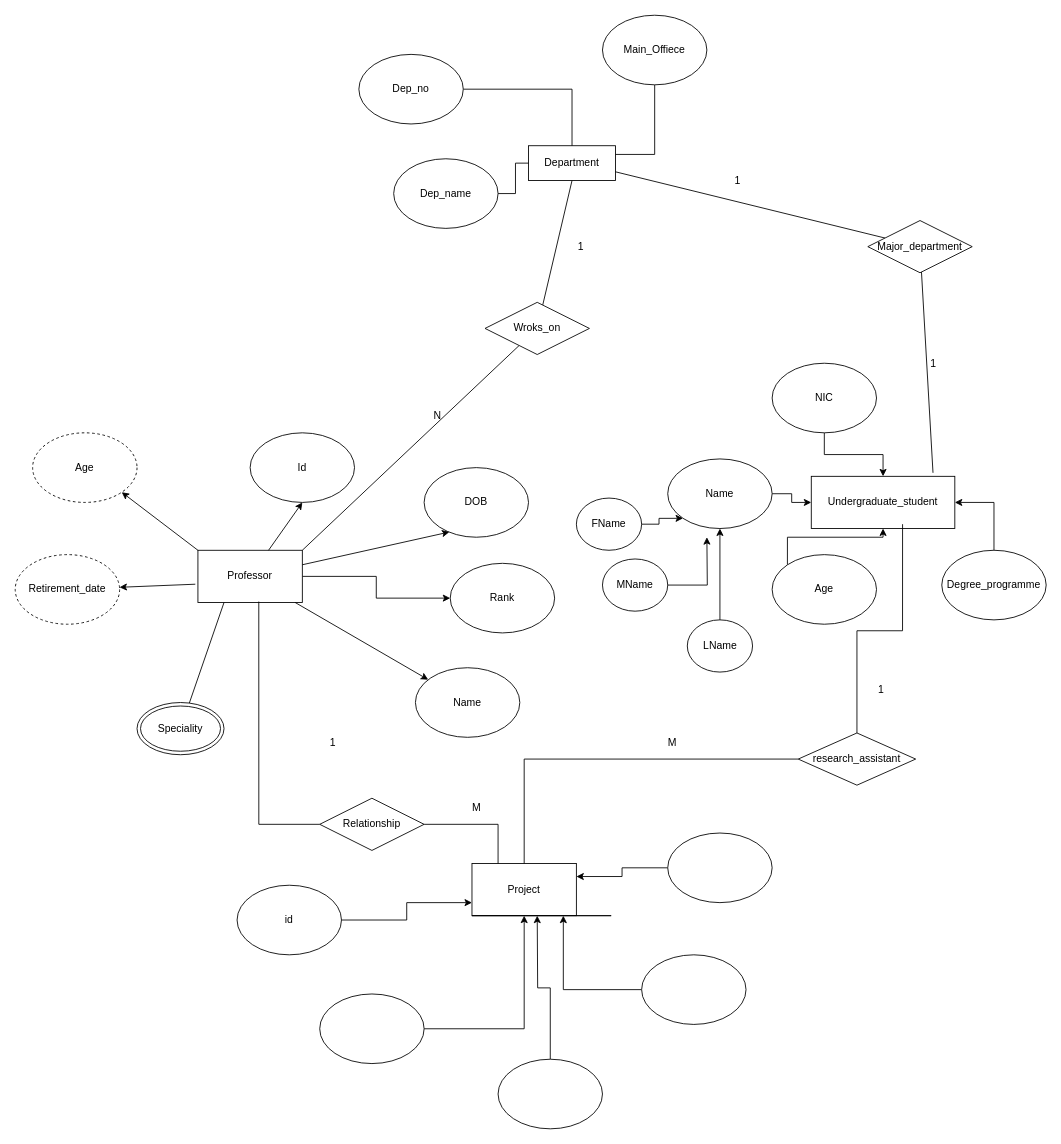
This is page "University" (1 of 2) of Untitled Diagram.drawio from zorojurio/codespace, a draw.io file, before an edit. Source tidied: cells renumbered, new cells numbered last; positions are measured from the earlier drawing's top-left corner, leaving out a move shared by most shapes. Both pictures are drawn from the tidied source at 87%, with x=0, y=0 at pixel (15, 15).
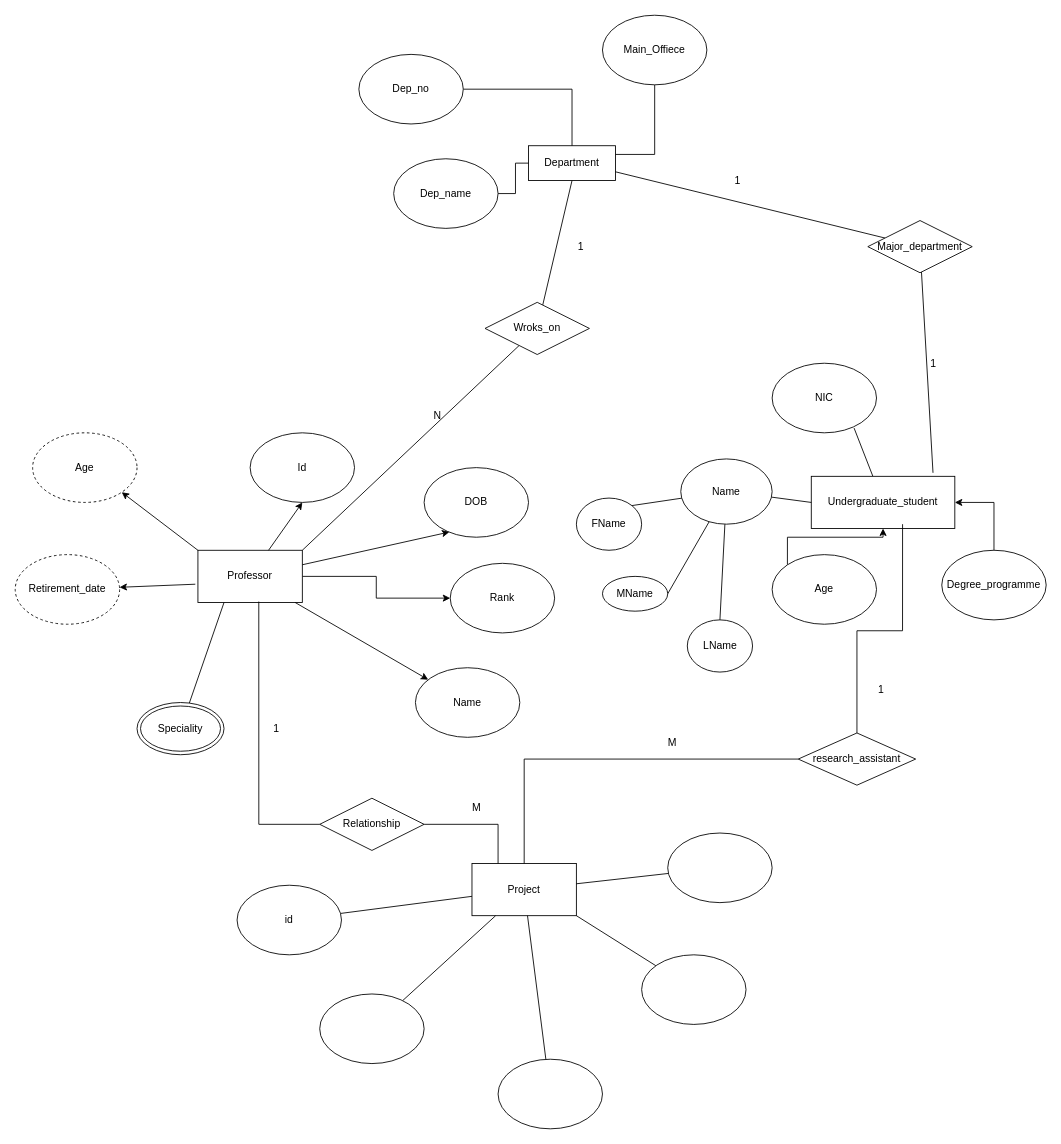
Above is the later version.

The change refers to these unchanged cells:
```xml
<mxCell id="18" value="Undergraduate_student" style="rounded=0;whiteSpace=wrap;html=1;" parent="1" vertex="1">
  <mxGeometry x="915" y="530" width="165" height="60" as="geometry" />
</mxCell>
<mxCell id="20" value="NIC" style="ellipse;whiteSpace=wrap;html=1;" parent="1" vertex="1">
  <mxGeometry x="870" y="400" width="120" height="80" as="geometry" />
</mxCell>
<mxCell id="28" value="FName" style="ellipse;whiteSpace=wrap;html=1;" parent="1" vertex="1">
  <mxGeometry x="645" y="555" width="75" height="60" as="geometry" />
</mxCell>
<mxCell id="32" value="LName" style="ellipse;whiteSpace=wrap;html=1;" parent="1" vertex="1">
  <mxGeometry x="772.5" y="695" width="75" height="60" as="geometry" />
</mxCell>
<mxCell id="33" value="Project" style="rounded=0;whiteSpace=wrap;html=1;" parent="1" vertex="1">
  <mxGeometry x="525" y="975" width="120" height="60" as="geometry" />
</mxCell>
<mxCell id="35" value="id" style="ellipse;whiteSpace=wrap;html=1;" parent="1" vertex="1">
  <mxGeometry x="255" y="1000" width="120" height="80" as="geometry" />
</mxCell>
<mxCell id="37" style="ellipse;whiteSpace=wrap;html=1;" parent="1" vertex="1">
  <mxGeometry x="750" y="940" width="120" height="80" as="geometry" />
</mxCell>
<mxCell id="39" style="ellipse;whiteSpace=wrap;html=1;" parent="1" vertex="1">
  <mxGeometry x="350" y="1125" width="120" height="80" as="geometry" />
</mxCell>
<mxCell id="41" style="ellipse;whiteSpace=wrap;html=1;" parent="1" vertex="1">
  <mxGeometry x="555" y="1200" width="120" height="80" as="geometry" />
</mxCell>
<mxCell id="43" style="ellipse;whiteSpace=wrap;html=1;" parent="1" vertex="1">
  <mxGeometry x="720" y="1080" width="120" height="80" as="geometry" />
</mxCell>
```

Diff of the diagram source:
```diff
@@
+    <mxCell id="72" style="edgeStyle=none;rounded=0;jettySize=auto;html=1;entryX=0.785;entryY=0.932;entryDx=0;entryDy=0;entryPerimeter=0;endArrow=none;endFill=0;" parent="1" edge="1" source="18" target="20">
+      <mxGeometry relative="1" as="geometry" />
+    </mxCell>
@@
-    <mxCell id="19" style="edgeStyle=orthogonalEdgeStyle;rounded=0;jettySize=auto;html=1;exitX=0.5;exitY=1;exitDx=0;exitDy=0;" parent="1" edge="1" source="20" target="18">
-      <mxGeometry relative="1" as="geometry" />
-    </mxCell>
@@
+    <mxCell id="73" style="edgeStyle=none;rounded=0;jettySize=auto;html=1;entryX=1;entryY=0.5;entryDx=0;entryDy=0;endArrow=none;endFill=0;" parent="1" edge="1" source="26" target="30">
+      <mxGeometry relative="1" as="geometry" />
+    </mxCell>
+    <mxCell id="74" style="edgeStyle=none;rounded=0;jettySize=auto;html=1;entryX=0.5;entryY=0;entryDx=0;entryDy=0;endArrow=none;endFill=0;" parent="1" edge="1" source="26" target="32">
+      <mxGeometry relative="1" as="geometry" />
+    </mxCell>
+    <mxCell id="75" style="edgeStyle=none;rounded=0;jettySize=auto;html=1;entryX=1;entryY=0;entryDx=0;entryDy=0;endArrow=none;endFill=0;" parent="1" edge="1" source="26" target="28">
+      <mxGeometry relative="1" as="geometry" />
+    </mxCell>
-    <mxCell id="25" style="edgeStyle=orthogonalEdgeStyle;rounded=0;jettySize=auto;html=1;exitX=1;exitY=0.5;exitDx=0;exitDy=0;entryX=0;entryY=0.5;entryDx=0;entryDy=0;" parent="1" edge="1" source="26" target="18">
+    <mxCell id="25" style="edgeStyle=none;rounded=0;jettySize=auto;html=1;entryX=0;entryY=0.5;entryDx=0;entryDy=0;endArrow=none;endFill=0;" parent="1" edge="1" source="26" target="18">
       <mxGeometry relative="1" as="geometry" />
     </mxCell>
     <mxCell id="26" value="Name" style="ellipse;whiteSpace=wrap;html=1;" parent="1" vertex="1">
-      <mxGeometry x="750" y="510" width="120" height="80" as="geometry" />
+      <mxGeometry x="765" y="510" width="105" height="75" as="geometry" />
     </mxCell>
-    <mxCell id="27" style="edgeStyle=orthogonalEdgeStyle;rounded=0;jettySize=auto;html=1;entryX=0;entryY=1;entryDx=0;entryDy=0;" parent="1" edge="1" source="28" target="26">
-      <mxGeometry relative="1" as="geometry" />
-    </mxCell>
@@
-    <mxCell id="29" style="edgeStyle=orthogonalEdgeStyle;rounded=0;jettySize=auto;html=1;" parent="1" edge="1" source="30">
-      <mxGeometry relative="1" as="geometry">
-        <mxPoint x="795" y="600" as="targetPoint" />
-      </mxGeometry>
-    </mxCell>
     <mxCell id="30" value="MName" style="ellipse;whiteSpace=wrap;html=1;" parent="1" vertex="1">
-      <mxGeometry x="675" y="625" width="75" height="60" as="geometry" />
+      <mxGeometry x="675" y="645" width="75" height="40" as="geometry" />
     </mxCell>
-    <mxCell id="31" style="edgeStyle=orthogonalEdgeStyle;rounded=0;jettySize=auto;html=1;entryX=0.5;entryY=1;entryDx=0;entryDy=0;" parent="1" edge="1" source="32" target="26">
-      <mxGeometry relative="1" as="geometry" />
-    </mxCell>
@@
-    <mxCell id="34" style="edgeStyle=orthogonalEdgeStyle;rounded=0;jettySize=auto;html=1;entryX=0;entryY=0.75;entryDx=0;entryDy=0;endArrow=classic;endFill=1;" parent="1" edge="1" source="35" target="33">
+    <mxCell id="34" style="edgeStyle=none;rounded=0;jettySize=auto;html=1;endArrow=none;endFill=0;" parent="1" edge="1" source="35" target="33">
       <mxGeometry relative="1" as="geometry" />
     </mxCell>
@@
-    <mxCell id="36" style="edgeStyle=orthogonalEdgeStyle;rounded=0;jettySize=auto;html=1;entryX=1;entryY=0.25;entryDx=0;entryDy=0;endArrow=classic;endFill=1;" parent="1" edge="1" source="37" target="33">
+    <mxCell id="36" style="edgeStyle=none;rounded=0;jettySize=auto;html=1;endArrow=none;endFill=0;" parent="1" edge="1" source="37" target="33">
       <mxGeometry relative="1" as="geometry" />
     </mxCell>
@@
-    <mxCell id="38" style="edgeStyle=orthogonalEdgeStyle;rounded=0;jettySize=auto;html=1;endArrow=classic;endFill=1;" parent="1" edge="1" source="39" target="33">
+    <mxCell id="38" style="edgeStyle=none;rounded=0;jettySize=auto;html=1;endArrow=none;endFill=0;" parent="1" edge="1" source="39" target="33">
       <mxGeometry relative="1" as="geometry" />
     </mxCell>
@@
-    <mxCell id="40" style="edgeStyle=orthogonalEdgeStyle;rounded=0;jettySize=auto;html=1;endArrow=classic;endFill=1;" parent="1" edge="1" source="41">
-      <mxGeometry relative="1" as="geometry">
-        <mxPoint x="600" y="1035" as="targetPoint" />
-      </mxGeometry>
-    </mxCell>
+    <mxCell id="76" style="edgeStyle=none;rounded=0;jettySize=auto;html=1;endArrow=none;endFill=0;" parent="1" edge="1" source="41" target="33">
+      <mxGeometry relative="1" as="geometry" />
+    </mxCell>
@@
-    <mxCell id="42" style="edgeStyle=orthogonalEdgeStyle;rounded=0;jettySize=auto;html=1;entryX=0.875;entryY=1;entryDx=0;entryDy=0;entryPerimeter=0;endArrow=classic;endFill=1;" parent="1" edge="1" source="43" target="33">
+    <mxCell id="42" style="edgeStyle=none;rounded=0;jettySize=auto;html=1;entryX=1;entryY=1;entryDx=0;entryDy=0;endArrow=none;endFill=0;" parent="1" edge="1" source="43" target="33">
       <mxGeometry relative="1" as="geometry" />
     </mxCell>
@@
-    <mxCell id="47" style="endArrow=none;html=1;rounded=0;" parent="1" edge="1">
-      <mxGeometry relative="1" as="geometry">
-        <mxPoint x="525" y="1035" as="sourcePoint" />
-        <mxPoint x="685" y="1035" as="targetPoint" />
-      </mxGeometry>
-    </mxCell>
-    <mxCell id="48" style="endArrow=none;html=1;rounded=0;" parent="1" edge="1">
-      <mxGeometry relative="1" as="geometry">
-        <mxPoint x="525" y="1035" as="sourcePoint" />
-        <mxPoint x="685" y="1035" as="targetPoint" />
-      </mxGeometry>
-    </mxCell>
@@
     <mxCell id="54" value="1" style="text;html=1;align=center;verticalAlign=middle;strokeColor=none;fillColor=none;" parent="1" vertex="1">
-      <mxGeometry x="350" y="828" width="30" height="15" as="geometry" />
+      <mxGeometry x="285" y="812.5" width="30" height="15" as="geometry" />
     </mxCell>
```
